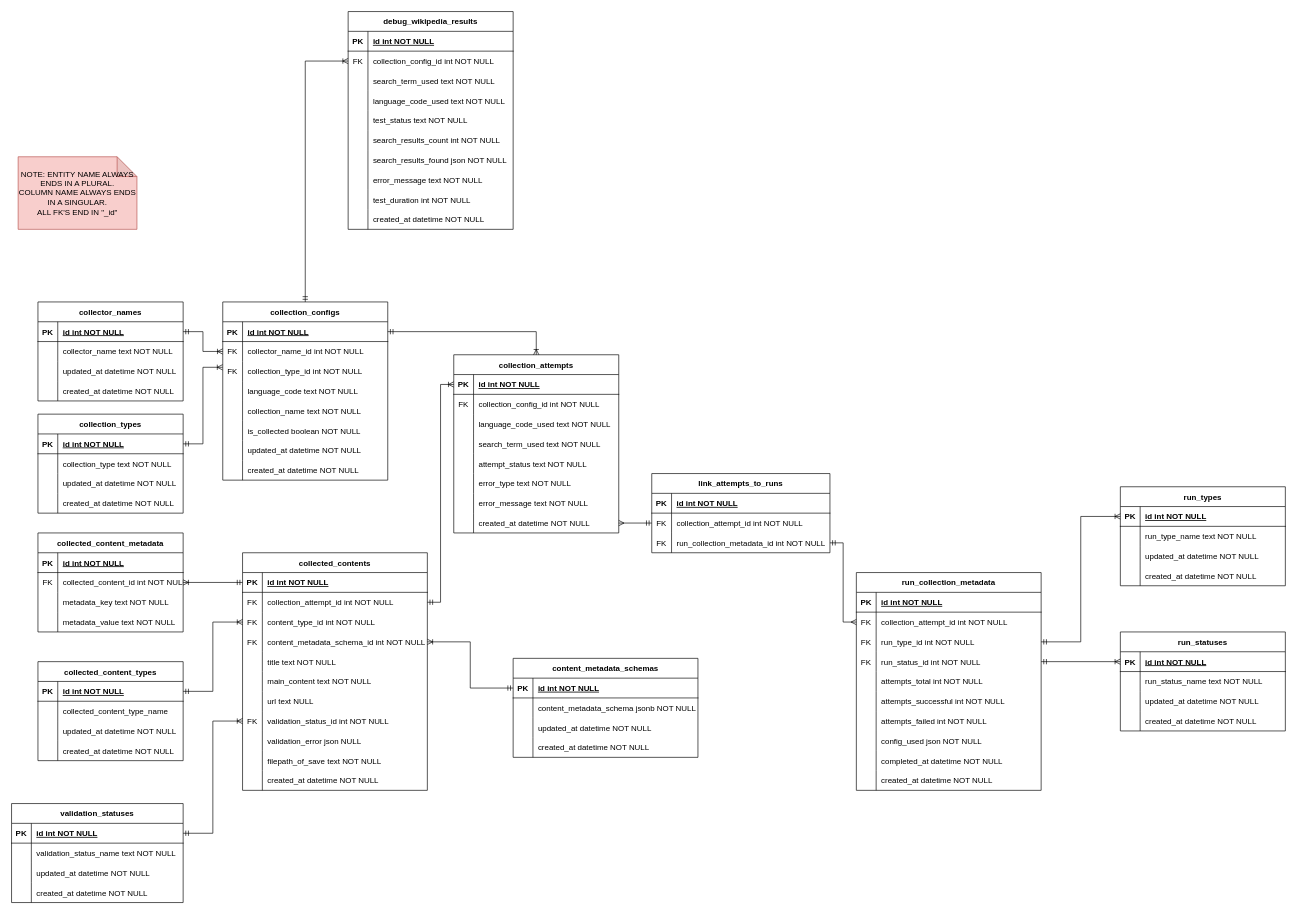
Earlier version of the draw.io diagram docs/diagrams/ERD.drawio.xml (Zayeer-S/EpochAI). Source tidied: cells renumbered, new cells numbered last; positions are measured from the earlier drawing's top-left corner, leaving out a move shared by most shapes. Both pictures are drawn from the tidied source at 66%, with x=0, y=0 at pixel (11, 11).
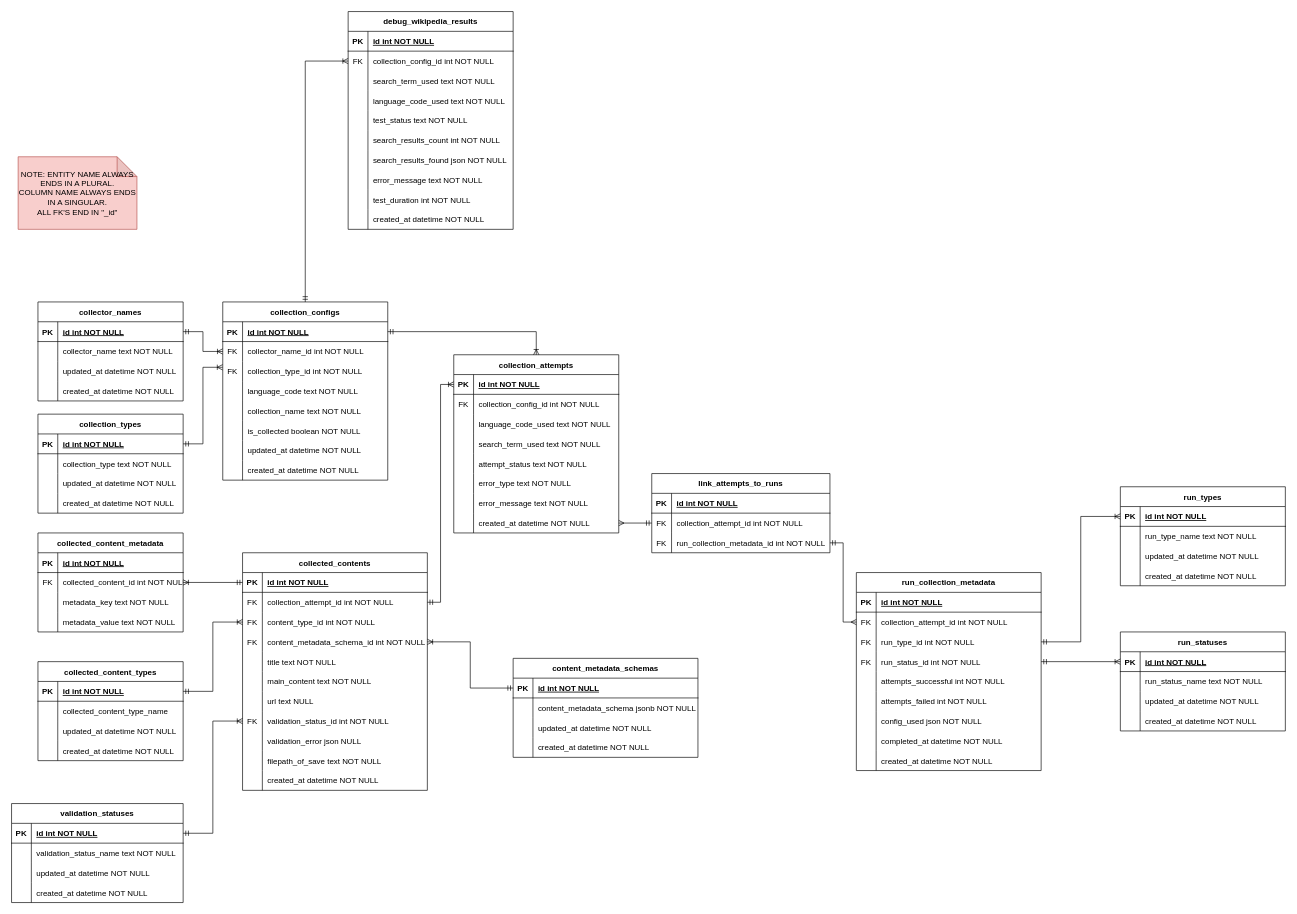
After the change.

Commit message (it also covers changes not shown here):
refactor: remove redundant attempts_total column from ERD

What changed in the source:
```diff
@@
     <mxCell id="161" value="run_collection_metadata" style="shape=table;startSize=30;childLayout=tableLayout;rowLines=0;fontStyle=1;align=center;" parent="1" vertex="1">
-      <mxGeometry x="1280" y="850" width="280" height="330" as="geometry" />
+      <mxGeometry x="1280" y="850" width="280" height="300" as="geometry" />
     </mxCell>
@@
-    <mxCell id="174" style="shape=partialRectangle;fillColor=none;top=0;left=0;right=0;bottom=0;" parent="161" vertex="1">
-      <mxGeometry y="150" width="280" height="30" as="geometry" />
-    </mxCell>
-    <mxCell id="175" style="shape=partialRectangle;overflow=hidden;fillColor=none;top=0;left=0;bottom=0;right=0;" parent="174" vertex="1">
-      <mxGeometry width="30" height="30" as="geometry" />
-    </mxCell>
-    <mxCell id="176" value="attempts_total int NOT NULL" style="shape=partialRectangle;overflow=hidden;fillColor=none;top=0;left=0;bottom=0;right=0;align=left;spacingLeft=6;" parent="174" vertex="1">
-      <mxGeometry x="30" width="250" height="30" as="geometry" />
-    </mxCell>
     <mxCell id="177" style="shape=partialRectangle;fillColor=none;top=0;left=0;right=0;bottom=0;" parent="161" vertex="1">
-      <mxGeometry y="180" width="280" height="30" as="geometry" />
+      <mxGeometry y="150" width="280" height="30" as="geometry" />
     </mxCell>
@@
     <mxCell id="180" style="shape=partialRectangle;fillColor=none;top=0;left=0;right=0;bottom=0;" parent="161" vertex="1">
-      <mxGeometry y="210" width="280" height="30" as="geometry" />
+      <mxGeometry y="180" width="280" height="30" as="geometry" />
     </mxCell>
@@
     <mxCell id="183" style="shape=partialRectangle;fillColor=none;top=0;left=0;right=0;bottom=0;" parent="161" vertex="1">
-      <mxGeometry y="240" width="280" height="30" as="geometry" />
+      <mxGeometry y="210" width="280" height="30" as="geometry" />
     </mxCell>
@@
     <mxCell id="186" style="shape=partialRectangle;fillColor=none;top=0;left=0;right=0;bottom=0;" parent="161" vertex="1">
-      <mxGeometry y="270" width="280" height="30" as="geometry" />
+      <mxGeometry y="240" width="280" height="30" as="geometry" />
     </mxCell>
@@
     <mxCell id="189" style="shape=partialRectangle;fillColor=none;top=0;left=0;right=0;bottom=0;" parent="161" vertex="1">
-      <mxGeometry y="300" width="280" height="30" as="geometry" />
+      <mxGeometry y="270" width="280" height="30" as="geometry" />
     </mxCell>
```
